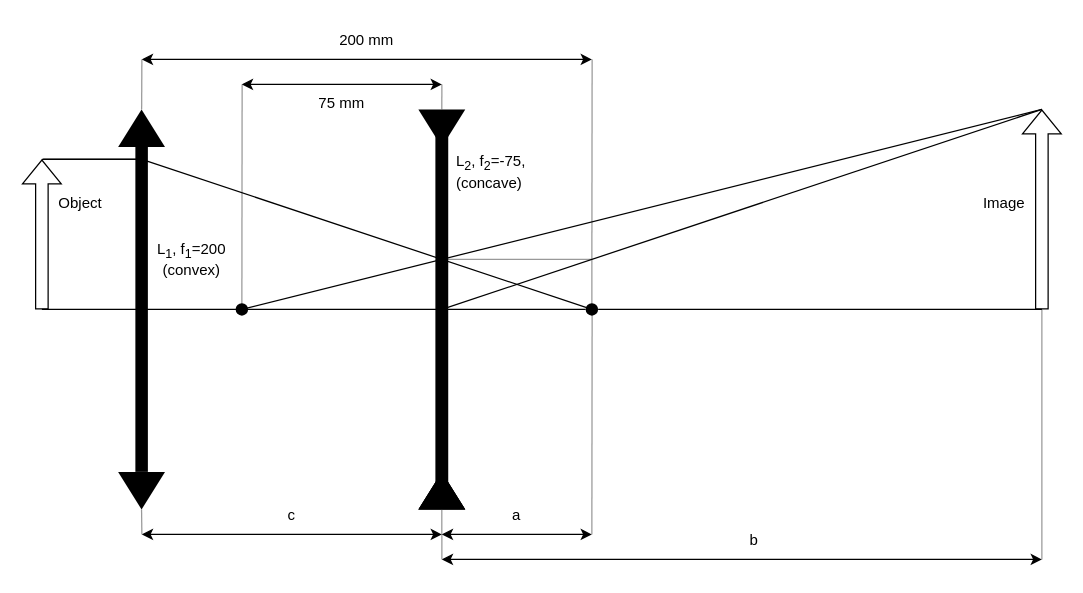
nbaehler/mask-designer keeps this draw.io diagram as docs/source/images/lenses_diagram.drawio. Above is the earlier version. Source tidied: cells renumbered, new cells numbered last; positions are measured from the earlier drawing's top-left corner, leaving out a move shared by most shapes. Both pictures are drawn from the tidied source at 125%, with x=0, y=0 at pixel (41, 21).
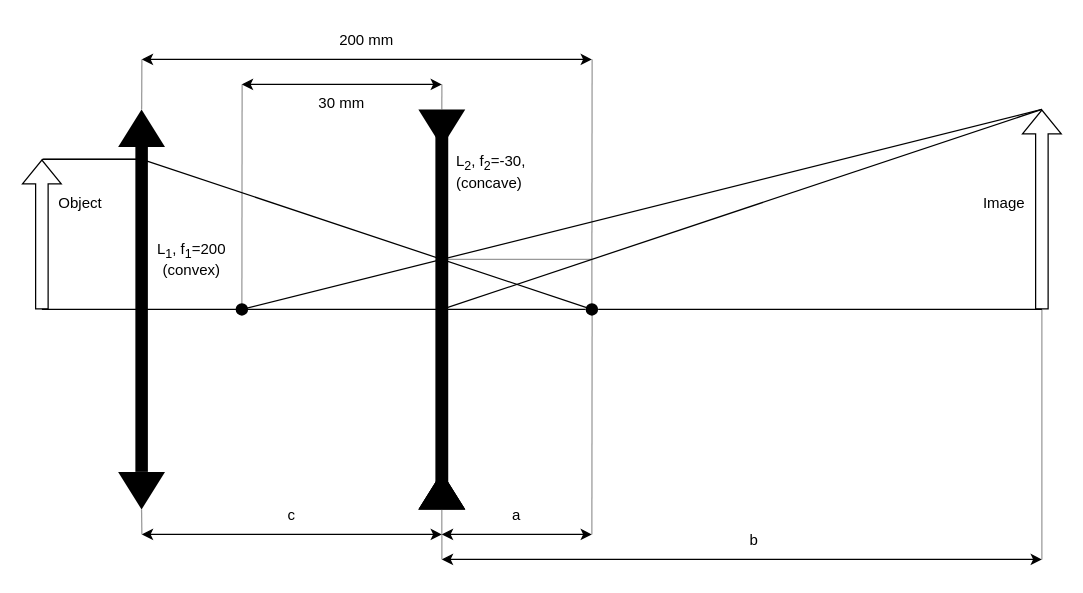
The same page after the edit.

Change to the diagram source:
```diff
@@
-    <mxCell id="10" value="&lt;div&gt;L&lt;sub&gt;2&lt;/sub&gt;,&amp;nbsp;&lt;span&gt;f&lt;/span&gt;&lt;sub&gt;2&lt;/sub&gt;&lt;span&gt;=-75,&lt;/span&gt;&lt;/div&gt;&lt;div align=&quot;left&quot;&gt;&lt;span style=&quot;text-align: center&quot;&gt;(concave)&lt;/span&gt;&lt;/div&gt;" style="text;html=1;strokeColor=none;fillColor=none;align=center;verticalAlign=middle;whiteSpace=wrap;rounded=0;" parent="1" vertex="1">
+    <mxCell id="10" value="&lt;div&gt;L&lt;sub&gt;2&lt;/sub&gt;,&amp;nbsp;&lt;span&gt;f&lt;/span&gt;&lt;sub&gt;2&lt;/sub&gt;&lt;span&gt;=-30,&lt;/span&gt;&lt;/div&gt;&lt;div align=&quot;left&quot;&gt;&lt;span style=&quot;text-align: center&quot;&gt;(concave)&lt;/span&gt;&lt;/div&gt;" style="text;html=1;strokeColor=none;fillColor=none;align=center;verticalAlign=middle;whiteSpace=wrap;rounded=0;" parent="1" vertex="1">
       <mxGeometry x="325" y="90" width="69" height="60" as="geometry" />
     </mxCell>
@@
-    <mxCell id="12" value="75 mm" style="text;html=1;strokeColor=none;fillColor=none;align=center;verticalAlign=middle;whiteSpace=wrap;rounded=0;" parent="1" vertex="1">
+    <mxCell id="12" value="30 mm" style="text;html=1;strokeColor=none;fillColor=none;align=center;verticalAlign=middle;whiteSpace=wrap;rounded=0;" parent="1" vertex="1">
       <mxGeometry x="210" y="50" width="60" height="30" as="geometry" />
     </mxCell>
```
